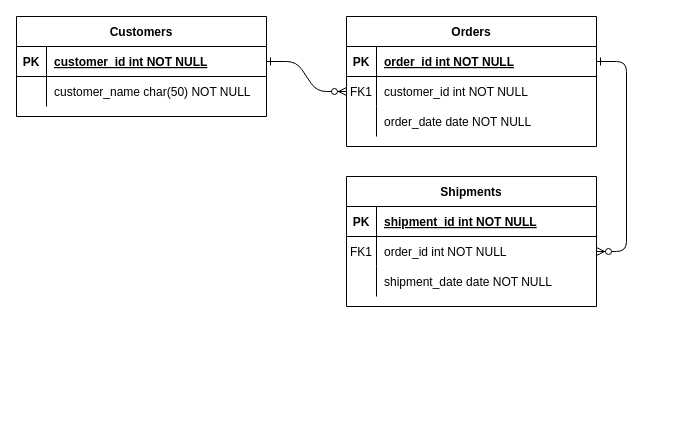
The draw.io diagram EdgePRPODataRelationship.drawio in mattwatts36/drawings, before the edit. Source tidied: cells renumbered, new cells numbered last; positions are measured from the earlier drawing's top-left corner, leaving out a move shared by most shapes. Both pictures are drawn from the tidied source at 100%, with x=0, y=0 at pixel (16, 16).
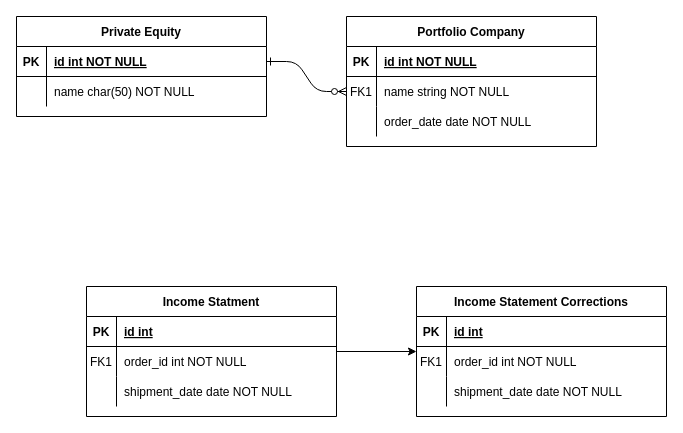
Above is the later version.

Commit message:
added corrections entity

The change refers to these unchanged cells:
```xml
<mxCell id="5" style="shape=partialRectangle;fillColor=none;points=[[0,0.5],[1,0.5]];portConstraint=eastwest;top=0;left=0;right=0;bottom=1;" parent="4" vertex="1">
  <mxGeometry y="30" width="250" height="30" as="geometry" />
</mxCell>
<mxCell id="8" style="shape=partialRectangle;fillColor=none;points=[[0,0.5],[1,0.5]];portConstraint=eastwest;top=0;left=0;right=0;bottom=0;" parent="4" vertex="1">
  <mxGeometry y="60" width="250" height="30" as="geometry" />
</mxCell>
<mxCell id="15" style="shape=partialRectangle;fillColor=none;top=0;left=0;right=0;bottom=1;" parent="14" vertex="1">
  <mxGeometry y="30" width="250" height="30" as="geometry" />
</mxCell>
<mxCell id="18" style="shape=partialRectangle;fillColor=none;points=[[0,0.5],[1,0.5]];portConstraint=eastwest;top=0;left=0;right=0;bottom=0;" parent="14" vertex="1">
  <mxGeometry y="60" width="250" height="30" as="geometry" />
</mxCell>
<mxCell id="25" style="shape=partialRectangle;fillColor=none;points=[[0,0.5],[1,0.5]];portConstraint=eastwest;top=0;left=0;right=0;bottom=1;" parent="24" vertex="1">
  <mxGeometry y="30" width="250" height="30" as="geometry" />
</mxCell>
<mxCell id="28" style="shape=partialRectangle;fillColor=none;top=0;left=0;right=0;bottom=0;" parent="24" vertex="1">
  <mxGeometry y="60" width="250" height="30" as="geometry" />
</mxCell>
```

What changed in the source:
```diff
@@
-    <mxCell id="3" style="edgeStyle=entityRelationEdgeStyle;endArrow=ERzeroToMany;startArrow=ERone;endFill=1;startFill=0;" parent="1" edge="1" source="5" target="18">
-      <mxGeometry relative="1" as="geometry" />
-    </mxCell>
-    <mxCell id="4" value="Orders" style="shape=table;startSize=30;childLayout=tableLayout;rowLines=0;fontStyle=1;align=center;" parent="1" vertex="1">
+    <mxCell id="4" value="Portfolio Company" style="shape=table;startSize=30;childLayout=tableLayout;rowLines=0;fontStyle=1;align=center;" parent="1" vertex="1">
       <mxGeometry x="330" width="250" height="130" as="geometry" />
     </mxCell>
@@
-    <mxCell id="7" value="order_id int NOT NULL " style="shape=partialRectangle;overflow=hidden;fillColor=none;top=0;left=0;bottom=0;right=0;align=left;spacingLeft=6;fontStyle=5;" parent="5" vertex="1">
+    <mxCell id="7" value="id int NOT NULL " style="shape=partialRectangle;overflow=hidden;fillColor=none;top=0;left=0;bottom=0;right=0;align=left;spacingLeft=6;fontStyle=5;" parent="5" vertex="1">
       <mxGeometry x="30" width="220" height="30" as="geometry" />
     </mxCell>
@@
-    <mxCell id="10" value="customer_id int NOT NULL" style="shape=partialRectangle;overflow=hidden;fillColor=none;top=0;left=0;bottom=0;right=0;align=left;spacingLeft=6;" parent="8" vertex="1">
+    <mxCell id="10" value="name string NOT NULL" style="shape=partialRectangle;overflow=hidden;fillColor=none;top=0;left=0;bottom=0;right=0;align=left;spacingLeft=6;" parent="8" vertex="1">
       <mxGeometry x="30" width="220" height="30" as="geometry" />
     </mxCell>
@@
+    <mxCell id="31" style="edgeStyle=orthogonalEdgeStyle;rounded=0;jettySize=auto;html=1;" parent="1" edge="1" source="14" target="32">
+      <mxGeometry relative="1" as="geometry" />
+    </mxCell>
-    <mxCell id="14" value="Shipments" style="shape=table;startSize=30;childLayout=tableLayout;rowLines=0;fontStyle=1;align=center;" parent="1" vertex="1">
-      <mxGeometry x="330" y="160" width="250" height="130" as="geometry" />
+    <mxCell id="14" value="Income Statment" style="shape=table;startSize=30;childLayout=tableLayout;rowLines=0;fontStyle=1;align=center;" parent="1" vertex="1">
+      <mxGeometry x="70" y="270" width="250" height="130" as="geometry" />
     </mxCell>
@@
-    <mxCell id="17" value="shipment_id int NOT NULL " style="shape=partialRectangle;overflow=hidden;fillColor=none;top=0;left=0;bottom=0;right=0;align=left;spacingLeft=6;fontStyle=5;" parent="15" vertex="1">
+    <mxCell id="17" value="id int" style="shape=partialRectangle;overflow=hidden;fillColor=none;top=0;left=0;bottom=0;right=0;align=left;spacingLeft=6;fontStyle=5;" parent="15" vertex="1">
       <mxGeometry x="30" width="220" height="30" as="geometry" />
     </mxCell>
@@
-    <mxCell id="24" value="Customers" style="shape=table;startSize=30;childLayout=tableLayout;rowLines=0;fontStyle=1;align=center;" parent="1" vertex="1">
+    <mxCell id="24" value="Private Equity" style="shape=table;startSize=30;childLayout=tableLayout;rowLines=0;fontStyle=1;align=center;" parent="1" vertex="1">
       <mxGeometry width="250" height="100" as="geometry" />
     </mxCell>
@@
-    <mxCell id="27" value="customer_id int NOT NULL " style="shape=partialRectangle;overflow=hidden;fillColor=none;top=0;left=0;bottom=0;right=0;align=left;spacingLeft=6;fontStyle=5;" parent="25" vertex="1">
+    <mxCell id="27" value="id int NOT NULL " style="shape=partialRectangle;overflow=hidden;fillColor=none;top=0;left=0;bottom=0;right=0;align=left;spacingLeft=6;fontStyle=5;" parent="25" vertex="1">
       <mxGeometry x="30" width="220" height="30" as="geometry" />
     </mxCell>
@@
-    <mxCell id="30" value="customer_name char(50) NOT NULL" style="shape=partialRectangle;overflow=hidden;fillColor=none;top=0;left=0;bottom=0;right=0;align=left;spacingLeft=6;" parent="28" vertex="1">
+    <mxCell id="30" value="name char(50) NOT NULL" style="shape=partialRectangle;overflow=hidden;fillColor=none;top=0;left=0;bottom=0;right=0;align=left;spacingLeft=6;" parent="28" vertex="1">
       <mxGeometry x="30" width="220" height="30" as="geometry" />
     </mxCell>
+    <mxCell id="32" value="Income Statement Corrections" style="shape=table;startSize=30;childLayout=tableLayout;rowLines=0;fontStyle=1;align=center;" parent="1" vertex="1">
+      <mxGeometry x="400" y="270" width="250" height="130" as="geometry" />
+    </mxCell>
+    <mxCell id="33" style="shape=partialRectangle;fillColor=none;top=0;left=0;right=0;bottom=1;" parent="32" vertex="1">
+      <mxGeometry y="30" width="250" height="30" as="geometry" />
+    </mxCell>
+    <mxCell id="34" value="PK" style="shape=partialRectangle;overflow=hidden;fillColor=none;top=0;left=0;bottom=0;right=0;fontStyle=1;" parent="33" vertex="1">
+      <mxGeometry width="30" height="30" as="geometry" />
+    </mxCell>
+    <mxCell id="35" value="id int" style="shape=partialRectangle;overflow=hidden;fillColor=none;top=0;left=0;bottom=0;right=0;align=left;spacingLeft=6;fontStyle=5;" parent="33" vertex="1">
+      <mxGeometry x="30" width="220" height="30" as="geometry" />
+    </mxCell>
+    <mxCell id="36" style="shape=partialRectangle;fillColor=none;top=0;left=0;right=0;bottom=0;" parent="32" vertex="1">
+      <mxGeometry y="60" width="250" height="30" as="geometry" />
+    </mxCell>
+    <mxCell id="37" value="FK1" style="shape=partialRectangle;overflow=hidden;fillColor=none;top=0;left=0;bottom=0;right=0;" parent="36" vertex="1">
+      <mxGeometry width="30" height="30" as="geometry" />
+    </mxCell>
+    <mxCell id="38" value="order_id int NOT NULL" style="shape=partialRectangle;overflow=hidden;fillColor=none;top=0;left=0;bottom=0;right=0;align=left;spacingLeft=6;" parent="36" vertex="1">
+      <mxGeometry x="30" width="220" height="30" as="geometry" />
+    </mxCell>
+    <mxCell id="39" style="shape=partialRectangle;fillColor=none;top=0;left=0;right=0;bottom=0;" parent="32" vertex="1">
+      <mxGeometry y="90" width="250" height="30" as="geometry" />
+    </mxCell>
+    <mxCell id="40" style="shape=partialRectangle;overflow=hidden;fillColor=none;top=0;left=0;bottom=0;right=0;" parent="39" vertex="1">
+      <mxGeometry width="30" height="30" as="geometry" />
+    </mxCell>
+    <mxCell id="41" value="shipment_date date NOT NULL" style="shape=partialRectangle;overflow=hidden;fillColor=none;top=0;left=0;bottom=0;right=0;align=left;spacingLeft=6;" parent="39" vertex="1">
+      <mxGeometry x="30" width="220" height="30" as="geometry" />
+    </mxCell>
```
